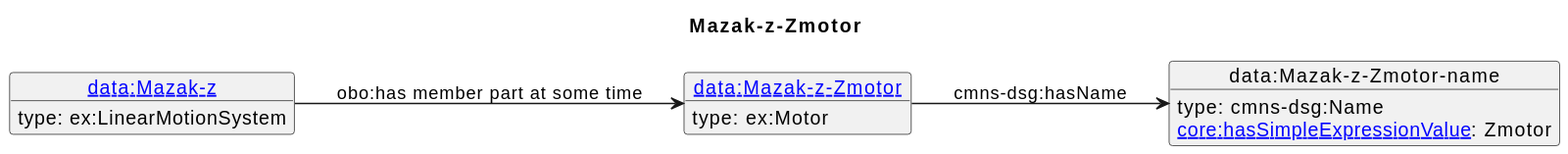
Earlier version of the PlantUML export diagrams/Mazak-z-Zmotor.svg (iofoundry/example-syseng-mtconnect). Its diagram source:
```plantuml
@startuml
skinparam linetype polyline
left to right direction
title Mazak-z-Zmotor
object "[[./Mazak-z-Zmotor.html data:Mazak-z-Zmotor]]" as o1 {
 type: ex:Motor
}
object "data:Mazak-z-Zmotor-name" as o2 {
 type: cmns-dsg:Name
}
object "[[./Mazak-z.html data:Mazak-z]]" as o3 {
 type: ex:LinearMotionSystem
}
o1 --> o2 : cmns-dsg:hasName
o2 : [[https://spec.industrialontologies.org/ontology/core/Core/hasSimpleExpressionValue core:hasSimpleExpressionValue]]: Zmotor
o3 --> o1 : obo:has member part at some time
@enduml
```
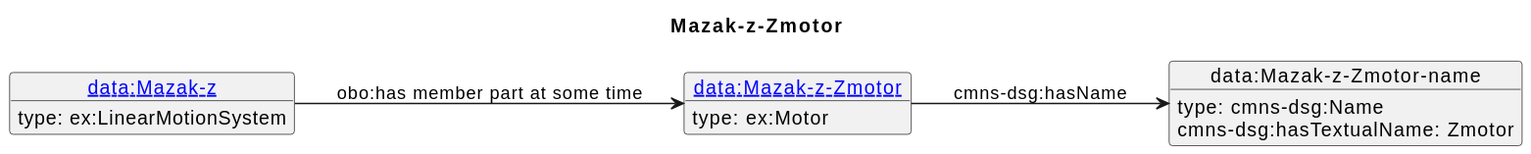
The same file after the commit.

Diff of the diagram source:
```diff
@@ -12,6 +12,6 @@
  type: ex:LinearMotionSystem
 }
 o1 --> o2 : cmns-dsg:hasName
-o2 : [[https://spec.industrialontologies.org/ontology/core/Core/hasSimpleExpressionValue core:hasSimpleExpressionValue]]: Zmotor
+o2 : cmns-dsg:hasTextualName: Zmotor
 o3 --> o1 : obo:has member part at some time
 @enduml
```
